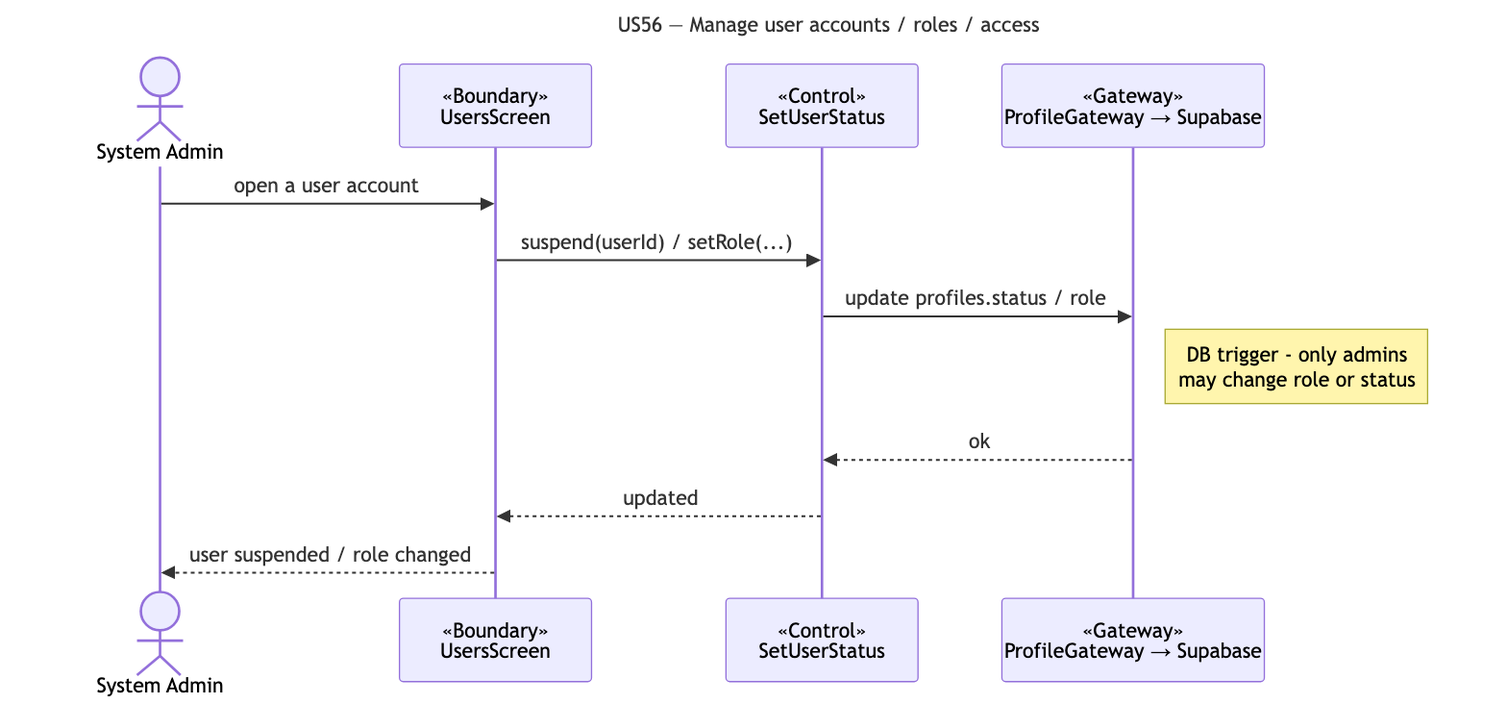
Before: docs/deliverables/sequence-diagrams/US56-manage-users.png, a diagram exported from Mermaid (cyuanjun/FYP-26-S2-37-app). Its source is kept beside it as docs/deliverables/sequence-diagrams/src/US56-manage-users.mmd. Source of this version:
```mermaid
---
title: "US56 — Manage user accounts / roles / access"
---
sequenceDiagram
  actor A as System Admin
  participant B as «Boundary»<br/>UsersScreen
  participant C as «Control»<br/>SetUserStatus
  participant G as «Gateway»<br/>ProfileGateway → Supabase
  A->>B: open a user account
  B->>C: suspend(userId) / setRole(...)
  C->>G: update profiles.status / role
  note right of G: DB trigger - only admins<br/>may change role or status
  G-->>C: ok
  C-->>B: updated
  B-->>A: user suspended / role changed
```
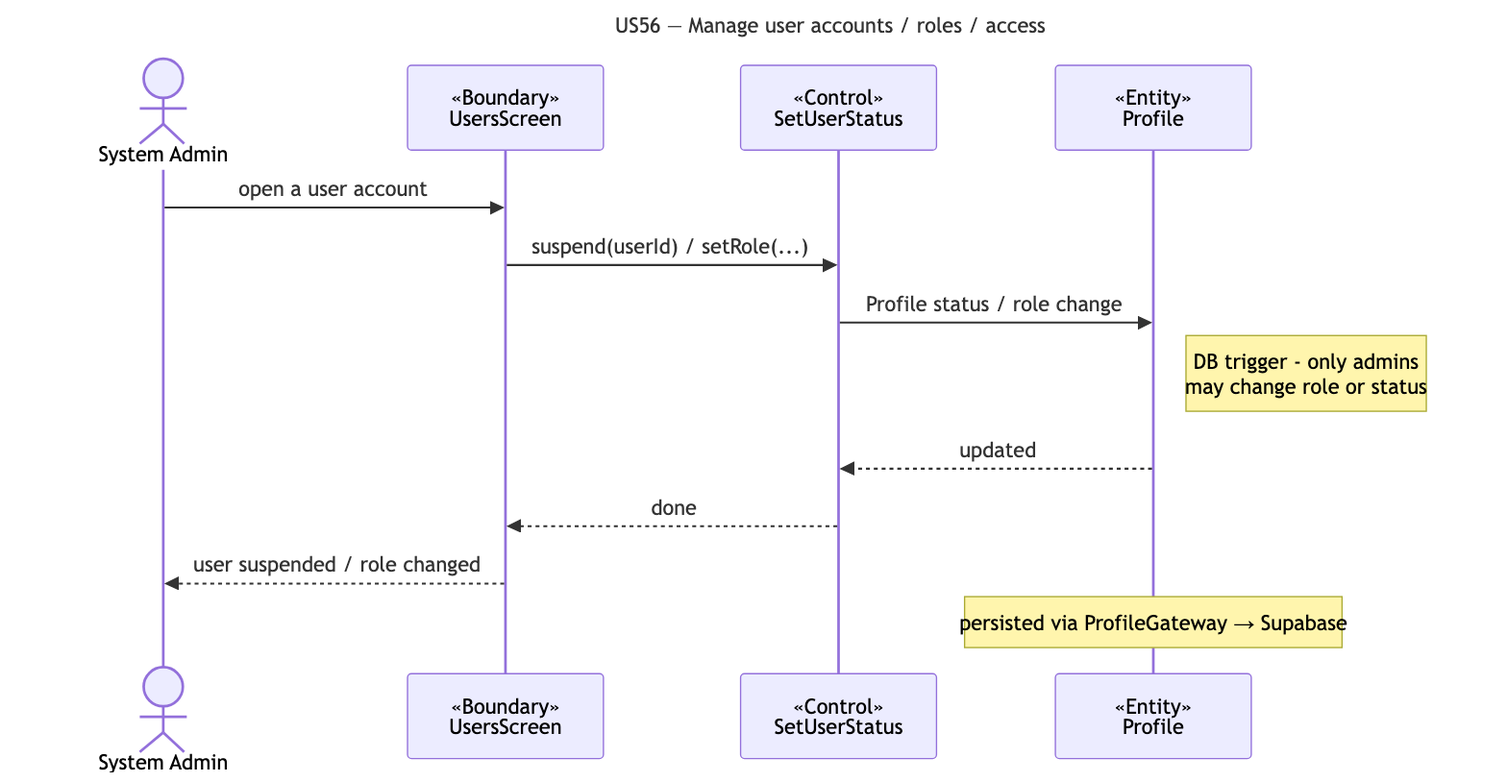
The same file after the commit.

Change to the diagram source:
```diff
@@ -5,11 +5,12 @@
   actor A as System Admin
   participant B as «Boundary»<br/>UsersScreen
   participant C as «Control»<br/>SetUserStatus
-  participant G as «Gateway»<br/>ProfileGateway → Supabase
+  participant E as «Entity»<br/>Profile
   A->>B: open a user account
   B->>C: suspend(userId) / setRole(...)
-  C->>G: update profiles.status / role
-  note right of G: DB trigger - only admins<br/>may change role or status
-  G-->>C: ok
-  C-->>B: updated
+  C->>E: Profile status / role change
+  note right of E: DB trigger - only admins<br/>may change role or status
+  E-->>C: updated
+  C-->>B: done
   B-->>A: user suspended / role changed
+  note over E: persisted via ProfileGateway → Supabase
```
